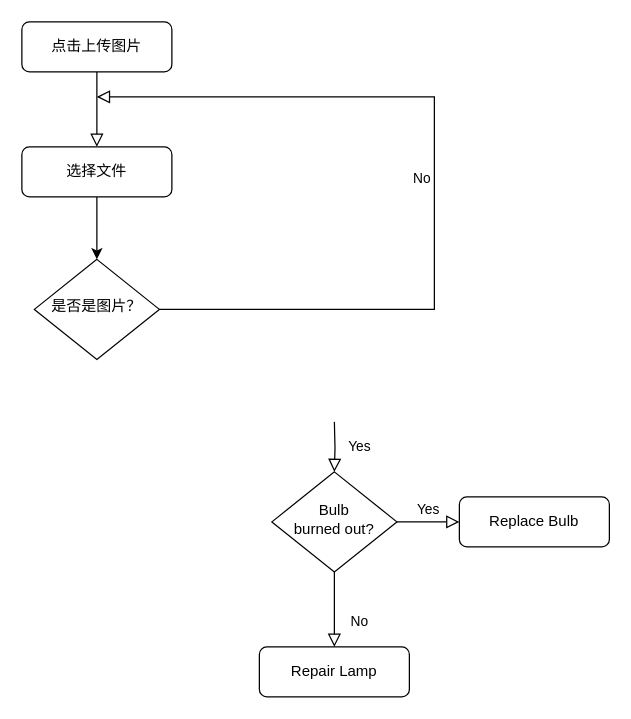
This is 未命名绘图.drawio from wuyah/snake, a draw.io file, before an edit. Source tidied: cells renumbered, new cells numbered last; positions are measured from the earlier drawing's top-left corner, leaving out a move shared by most shapes. Both pictures are drawn from the tidied source at 125%, with x=0, y=0 at pixel (21, 21).
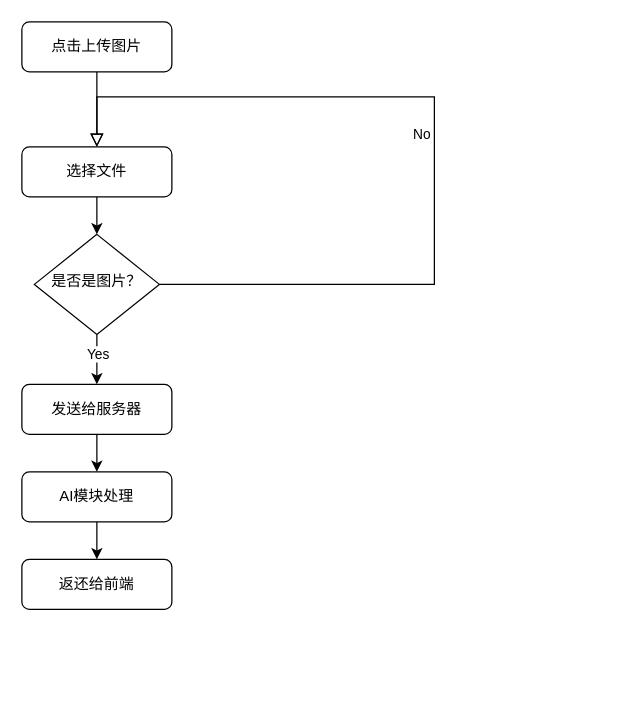
After the change.

Commit message (it also covers changes not shown here):
更新未命名绘图.drawio

Change to the diagram source:
```diff
@@
 <mxGraphModel>
   <root>
     <mxCell id="0" />
     <mxCell id="1" parent="0" />
     <mxCell id="2" style="rounded=0;html=1;jettySize=auto;fontSize=11;endArrow=block;endFill=0;endSize=8;strokeWidth=1;shadow=0;labelBackgroundColor=none;edgeStyle=orthogonalEdgeStyle;entryX=0.5;entryY=0;entryDx=0;entryDy=0;" parent="1" edge="1" source="3" target="13">
       <mxGeometry relative="1" as="geometry" />
     </mxCell>
     <mxCell id="3" value="点击上传图片" style="rounded=1;whiteSpace=wrap;html=1;fontSize=12;glass=0;strokeWidth=1;shadow=0;" parent="1" vertex="1">
       <mxGeometry width="120" height="40" as="geometry" />
     </mxCell>
-    <mxCell id="4" value="Yes" style="rounded=0;html=1;jettySize=auto;fontSize=11;endArrow=block;endFill=0;endSize=8;strokeWidth=1;shadow=0;labelBackgroundColor=none;edgeStyle=orthogonalEdgeStyle;" parent="1" edge="1" target="9">
-      <mxGeometry y="20" relative="1" as="geometry">
-        <mxPoint x="250" y="320" as="sourcePoint" />
-      </mxGeometry>
-    </mxCell>
-    <mxCell id="5" value="No" style="edgeStyle=orthogonalEdgeStyle;rounded=0;html=1;jettySize=auto;orthogonalLoop=1;fontSize=11;endArrow=block;endFill=0;endSize=8;strokeWidth=1;shadow=0;labelBackgroundColor=none;" parent="1" edge="1">
+    <mxCell id="5" value="No" style="edgeStyle=orthogonalEdgeStyle;rounded=0;html=1;jettySize=auto;fontSize=11;endArrow=block;endFill=0;endSize=8;strokeWidth=1;shadow=0;labelBackgroundColor=none;exitX=1;exitY=0.5;exitDx=0;exitDy=0;" parent="1" edge="1" source="6">
       <mxGeometry y="10" relative="1" as="geometry">
-        <mxPoint x="100" y="230" as="sourcePoint" />
-        <mxPoint x="60" y="60" as="targetPoint" />
+        <mxPoint x="60" y="100" as="targetPoint" />
         <Array as="points">
-          <mxPoint x="330" y="230" />
+          <mxPoint x="330" y="210" />
           <mxPoint x="330" y="60" />
+          <mxPoint x="60" y="60" />
         </Array>
       </mxGeometry>
     </mxCell>
+    <mxCell id="14" style="edgeStyle=orthogonalEdgeStyle;rounded=0;jettySize=auto;html=1;exitX=0.5;exitY=1;exitDx=0;exitDy=0;" parent="1" edge="1" source="6" target="17">
+      <mxGeometry relative="1" as="geometry">
+        <Array as="points">
+          <mxPoint x="60" y="270" />
+          <mxPoint x="60" y="270" />
+        </Array>
+      </mxGeometry>
+    </mxCell>
+    <mxCell id="15" value="Yes" style="edgeLabel;html=1;align=center;verticalAlign=middle;" parent="14" vertex="1">
+      <mxGeometry x="-0.24" relative="1" as="geometry" />
+    </mxCell>
     <mxCell id="6" value="是否是图片？" style="rhombus;whiteSpace=wrap;html=1;shadow=0;fontFamily=Helvetica;fontSize=12;align=center;strokeWidth=1;spacing=6;spacingTop=-4;" parent="1" vertex="1">
-      <mxGeometry x="10" y="190" width="100" height="80" as="geometry" />
+      <mxGeometry x="10" y="170" width="100" height="80" as="geometry" />
     </mxCell>
-    <mxCell id="7" value="No" style="rounded=0;html=1;jettySize=auto;fontSize=11;endArrow=block;endFill=0;endSize=8;strokeWidth=1;shadow=0;labelBackgroundColor=none;edgeStyle=orthogonalEdgeStyle;" parent="1" edge="1" source="9" target="10">
-      <mxGeometry x="0.33" y="20" relative="1" as="geometry" />
-    </mxCell>
-    <mxCell id="8" value="Yes" style="edgeStyle=orthogonalEdgeStyle;rounded=0;html=1;jettySize=auto;fontSize=11;endArrow=block;endFill=0;endSize=8;strokeWidth=1;shadow=0;labelBackgroundColor=none;" parent="1" edge="1" source="9" target="11">
-      <mxGeometry y="10" relative="1" as="geometry" />
-    </mxCell>
-    <mxCell id="9" value="Bulb&lt;br&gt;burned out?" style="rhombus;whiteSpace=wrap;html=1;shadow=0;fontFamily=Helvetica;fontSize=12;align=center;strokeWidth=1;spacing=6;spacingTop=-4;" parent="1" vertex="1">
-      <mxGeometry x="200" y="360" width="100" height="80" as="geometry" />
-    </mxCell>
-    <mxCell id="10" value="Repair Lamp" style="rounded=1;whiteSpace=wrap;html=1;fontSize=12;glass=0;strokeWidth=1;shadow=0;" parent="1" vertex="1">
-      <mxGeometry x="190" y="500" width="120" height="40" as="geometry" />
-    </mxCell>
-    <mxCell id="11" value="Replace Bulb" style="rounded=1;whiteSpace=wrap;html=1;fontSize=12;glass=0;strokeWidth=1;shadow=0;" parent="1" vertex="1">
-      <mxGeometry x="350" y="380" width="120" height="40" as="geometry" />
-    </mxCell>
     <mxCell id="12" style="edgeStyle=orthogonalEdgeStyle;rounded=0;jettySize=auto;html=1;entryX=0.5;entryY=0;entryDx=0;entryDy=0;" parent="1" edge="1" source="13" target="6">
       <mxGeometry relative="1" as="geometry" />
     </mxCell>
     <mxCell id="13" value="选择文件" style="rounded=1;whiteSpace=wrap;html=1;fontSize=12;glass=0;strokeWidth=1;shadow=0;" parent="1" vertex="1">
       <mxGeometry y="100" width="120" height="40" as="geometry" />
     </mxCell>
+    <mxCell id="16" style="edgeStyle=orthogonalEdgeStyle;rounded=0;jettySize=auto;html=1;entryX=0.5;entryY=0;entryDx=0;entryDy=0;" parent="1" edge="1" source="17" target="19">
+      <mxGeometry relative="1" as="geometry" />
+    </mxCell>
+    <mxCell id="17" value="发送给服务器" style="rounded=1;whiteSpace=wrap;html=1;fontSize=12;glass=0;strokeWidth=1;shadow=0;" parent="1" vertex="1">
+      <mxGeometry y="290" width="120" height="40" as="geometry" />
+    </mxCell>
+    <mxCell id="18" style="edgeStyle=orthogonalEdgeStyle;rounded=0;jettySize=auto;html=1;entryX=0.5;entryY=0;entryDx=0;entryDy=0;" parent="1" edge="1" source="19" target="20">
+      <mxGeometry relative="1" as="geometry" />
+    </mxCell>
+    <mxCell id="19" value="AI模块处理" style="rounded=1;whiteSpace=wrap;html=1;fontSize=12;glass=0;strokeWidth=1;shadow=0;" parent="1" vertex="1">
+      <mxGeometry y="360" width="120" height="40" as="geometry" />
+    </mxCell>
+    <mxCell id="20" value="返还给前端" style="rounded=1;whiteSpace=wrap;html=1;fontSize=12;glass=0;strokeWidth=1;shadow=0;" parent="1" vertex="1">
+      <mxGeometry y="430" width="120" height="40" as="geometry" />
+    </mxCell>
   </root>
 </mxGraphModel>
```
